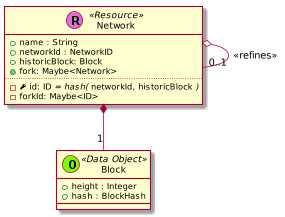
This is _images/plantuml-4a5fd22b5e8fe51e67d7d35534497242f44d383e.png from trufflesuite/artifact-updates, a PlantUML export, as it was before one commit.
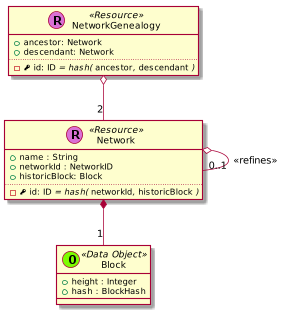
After the commit.

Diff of the diagram source:
```diff
@@ -22,10 +22,8 @@
       + name : String
       + networkId : NetworkID
       + historicBlock: Block
-      + {method} fork: Maybe<Network>
       ..
       - {field} <&key> id: ID //= hash(// ""networkId""//,// ""historicBlock"" //)//
-      - forkId: Maybe<ID>
     }
 
 
@@ -34,6 +32,14 @@
         + hash : BlockHash
       }
 
+      class NetworkGenealogy << (R,orchid) Resource >> {
+        + ancestor: Network
+        + descendant: Network
+        ..
+        - {field} <&key> id: ID //= hash(// ""ancestor""//,// ""descendant"" //)//
+      }
+
+      NetworkGenealogy o--  "2" Network
       Network o-- "0..1" Network : <<refines>>
       Network *-- "1" Block
 
@@ -78,7 +84,4 @@
 
 
 
-
-
-
 @enduml
```
